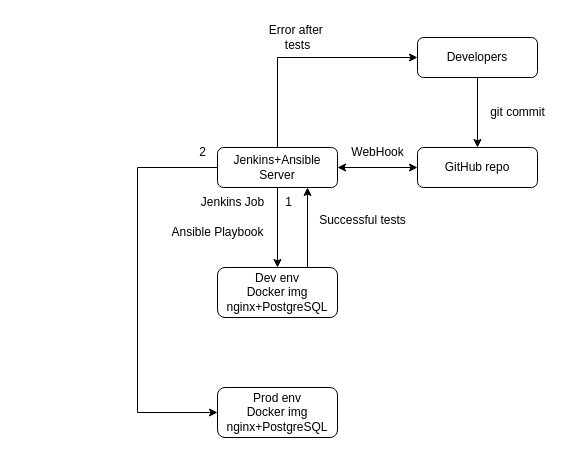
Before: Block.drawio in Black872/ProjectW, a draw.io diagram. Source tidied: cells renumbered, new cells numbered last; positions are measured from the earlier drawing's top-left corner, leaving out a move shared by most shapes. Both pictures are drawn from the tidied source at 100%, with x=0, y=0 at pixel (137, 17).
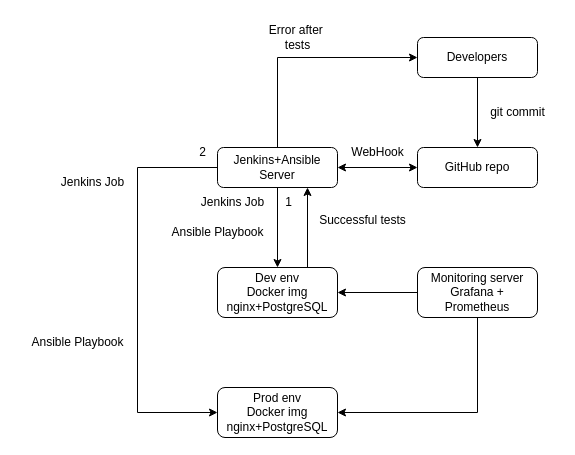
The same page after the edit.

The change refers to these unchanged cells:
```xml
<mxCell id="3" value="&lt;div&gt;Prod env&lt;/div&gt;&lt;div&gt;Docker img&lt;/div&gt;&lt;div&gt;nginx+PostgreSQL&lt;br&gt;&lt;/div&gt;" style="rounded=1;whiteSpace=wrap;html=1;fontSize=12;glass=0;strokeWidth=1;shadow=0;" parent="1" vertex="1">
  <mxGeometry x="80" y="370" width="120" height="50" as="geometry" />
</mxCell>
<mxCell id="10" value="Dev env&lt;br&gt;Docker img nginx+PostgreSQL" style="rounded=1;whiteSpace=wrap;html=1;fontSize=12;glass=0;strokeWidth=1;shadow=0;" parent="1" vertex="1">
  <mxGeometry x="80" y="250" width="120" height="50" as="geometry" />
</mxCell>
```

Change to the diagram source:
```diff
@@
+    <mxCell id="21" value="Jenkins Job" style="text;html=1;align=center;verticalAlign=middle;strokeColor=none;fillColor=none;" parent="1" vertex="1">
+      <mxGeometry x="-90" y="150" width="90" height="30" as="geometry" />
+    </mxCell>
+    <mxCell id="22" value="Ansible Playbook" style="text;html=1;align=center;verticalAlign=middle;strokeColor=none;fillColor=none;" parent="1" vertex="1">
+      <mxGeometry x="-120" y="310" width="120" height="30" as="geometry" />
+    </mxCell>
+    <mxCell id="23" value="&lt;div&gt;Monitoring server&lt;/div&gt;&lt;div&gt;Grafana + Prometheus&lt;br&gt;&lt;/div&gt;" style="rounded=1;whiteSpace=wrap;html=1;fontSize=12;glass=0;strokeWidth=1;shadow=0;" parent="1" vertex="1">
+      <mxGeometry x="280" y="250" width="120" height="50" as="geometry" />
+    </mxCell>
+    <mxCell id="24" style="endArrow=classic;html=1;rounded=0;entryX=1;entryY=0.5;entryDx=0;entryDy=0;exitX=0;exitY=0.5;exitDx=0;exitDy=0;" parent="1" edge="1" source="23" target="10">
+      <mxGeometry relative="1" as="geometry" />
+    </mxCell>
+    <mxCell id="25" style="endArrow=classic;html=1;rounded=0;entryX=1;entryY=0.5;entryDx=0;entryDy=0;exitX=0.5;exitY=1;exitDx=0;exitDy=0;" parent="1" edge="1" source="23" target="3">
+      <mxGeometry relative="1" as="geometry">
+        <Array as="points">
+          <mxPoint x="340" y="395" />
+        </Array>
+      </mxGeometry>
+    </mxCell>
```
